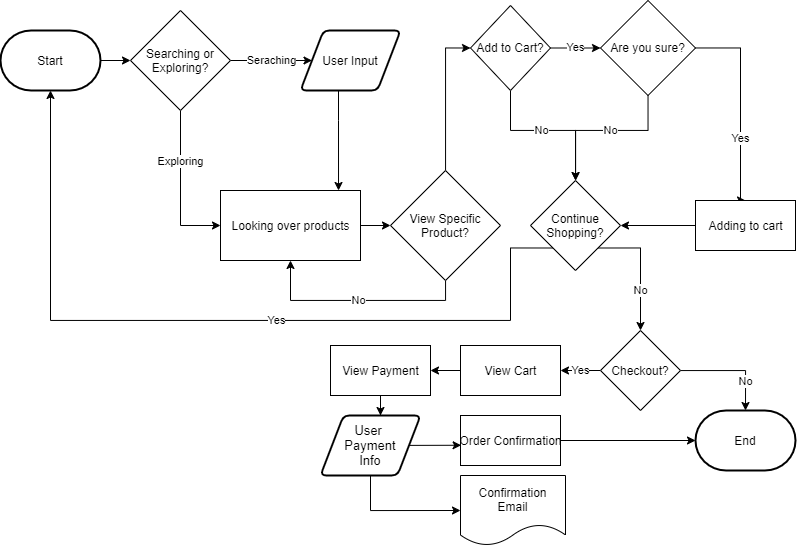
e2huynh/wi21-cse110-lab4 keeps this draw.io diagram as part2/part2.drawio.png. Above is the earlier version. Source tidied: cells renumbered, new cells last; positions are measured from the earlier drawing's top-left corner, leaving out a move shared by most shapes.
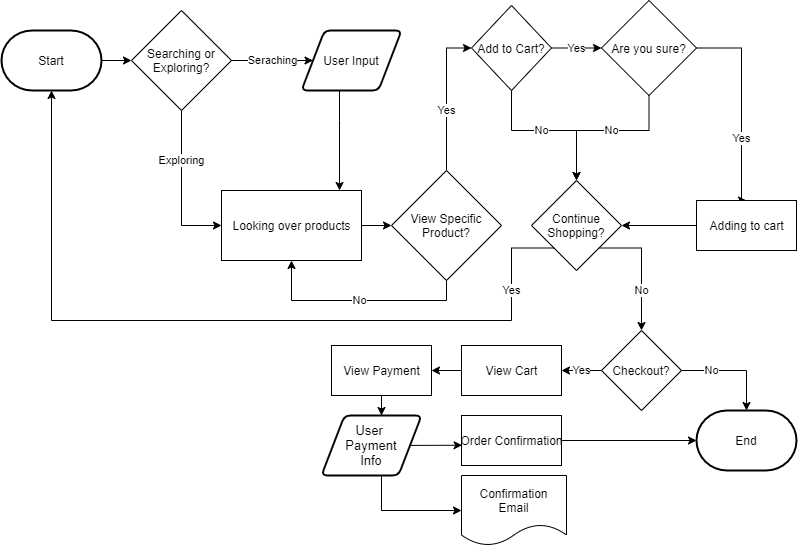
Later version of the same file.

Commit message:
Fixed a couple small errors in part2

Diff of the diagram source:
```diff
@@ -49,8 +49,8 @@
         </Array>
       </mxGeometry>
     </mxCell>
-    <mxCell id="13" style="edgeStyle=orthogonalEdgeStyle;rounded=0;jettySize=auto;html=1;entryX=0;entryY=0.5;entryDx=0;entryDy=0;" parent="1" edge="1" source="14" target="17">
-      <mxGeometry relative="1" as="geometry" />
+    <mxCell id="13" value="Yes" style="edgeStyle=orthogonalEdgeStyle;rounded=0;jettySize=auto;html=1;entryX=0;entryY=0.5;entryDx=0;entryDy=0;" parent="1" edge="1" source="14" target="17">
+      <mxGeometry x="-0.19" relative="1" as="geometry" />
     </mxCell>
     <mxCell id="14" value="View Specific Product?" style="rhombus;whiteSpace=wrap;html=1;" parent="1" vertex="1">
       <mxGeometry x="390" y="170" width="110" height="110" as="geometry" />
@@ -89,7 +89,7 @@
       <mxGeometry x="600" width="95" height="95" as="geometry" />
     </mxCell>
     <mxCell id="21" value="Yes" style="edgeStyle=orthogonalEdgeStyle;rounded=0;jettySize=auto;html=1;exitX=0;exitY=1;exitDx=0;exitDy=0;entryX=0.5;entryY=1;entryDx=0;entryDy=0;entryPerimeter=0;" parent="1" edge="1" source="23" target="3">
-      <mxGeometry x="-0.13" relative="1" as="geometry">
+      <mxGeometry x="-0.79" relative="1" as="geometry">
         <Array as="points">
           <mxPoint x="510" y="248" />
           <mxPoint x="510" y="320" />
@@ -114,7 +114,7 @@
       <mxGeometry x="695" y="200" width="100" height="50" as="geometry" />
     </mxCell>
     <mxCell id="26" value="No" style="edgeStyle=orthogonalEdgeStyle;rounded=0;jettySize=auto;html=1;entryX=0.5;entryY=0;entryDx=0;entryDy=0;entryPerimeter=0;" parent="1" edge="1" source="28" target="4">
-      <mxGeometry x="0.47" relative="1" as="geometry" />
+      <mxGeometry x="-0.43" relative="1" as="geometry" />
     </mxCell>
     <mxCell id="27" value="Yes" style="edgeStyle=orthogonalEdgeStyle;rounded=0;jettySize=auto;html=1;exitX=0;exitY=0.5;exitDx=0;exitDy=0;entryX=1;entryY=0.5;entryDx=0;entryDy=0;" parent="1" edge="1" source="28" target="30">
       <mxGeometry relative="1" as="geometry" />
@@ -138,7 +138,12 @@
       <mxGeometry relative="1" as="geometry" />
     </mxCell>
     <mxCell id="34" style="edgeStyle=orthogonalEdgeStyle;rounded=0;jettySize=auto;html=1;exitX=0.5;exitY=1;exitDx=0;exitDy=0;entryX=0;entryY=0.5;entryDx=0;entryDy=0;" parent="1" edge="1" source="35" target="38">
-      <mxGeometry relative="1" as="geometry" />
+      <mxGeometry relative="1" as="geometry">
+        <Array as="points">
+          <mxPoint x="380" y="475" />
+          <mxPoint x="380" y="510" />
+        </Array>
+      </mxGeometry>
     </mxCell>
     <mxCell id="35" value="&lt;font style=&quot;font-size: 13px&quot;&gt;User &lt;br&gt;Payment&lt;br&gt;Info&lt;/font&gt;" style="shape=parallelogram;html=1;strokeWidth=2;perimeter=parallelogramPerimeter;whiteSpace=wrap;rounded=1;arcSize=12;size=0.23;" parent="1" vertex="1">
       <mxGeometry x="320" y="415" width="100" height="60" as="geometry" />
```
